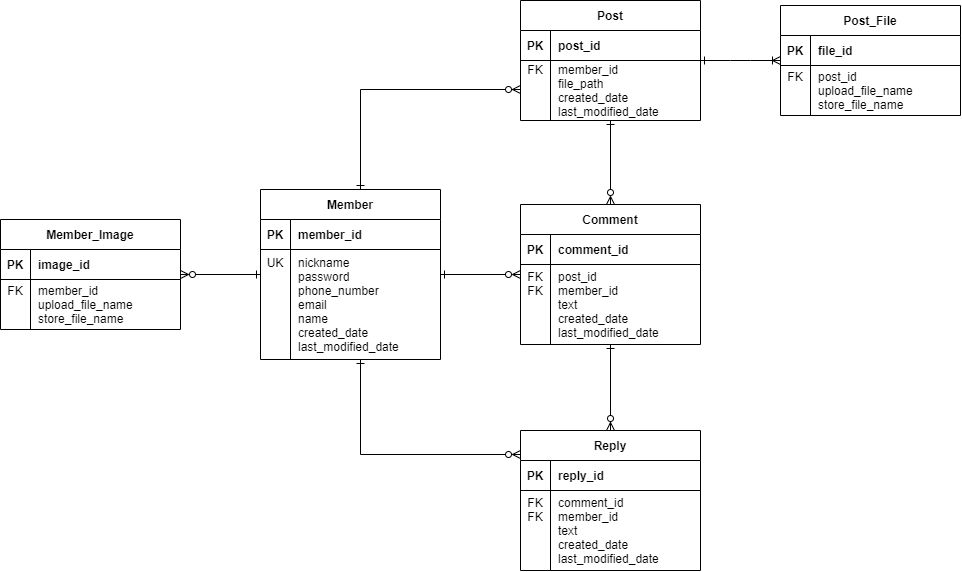
Before: Sprint1 Table.drawio.png, a diagram exported from draw.io (JunYoung-C/Instagram). Source tidied: cells renumbered, new cells last; positions are measured from the earlier drawing's top-left corner, leaving out a move shared by most shapes.
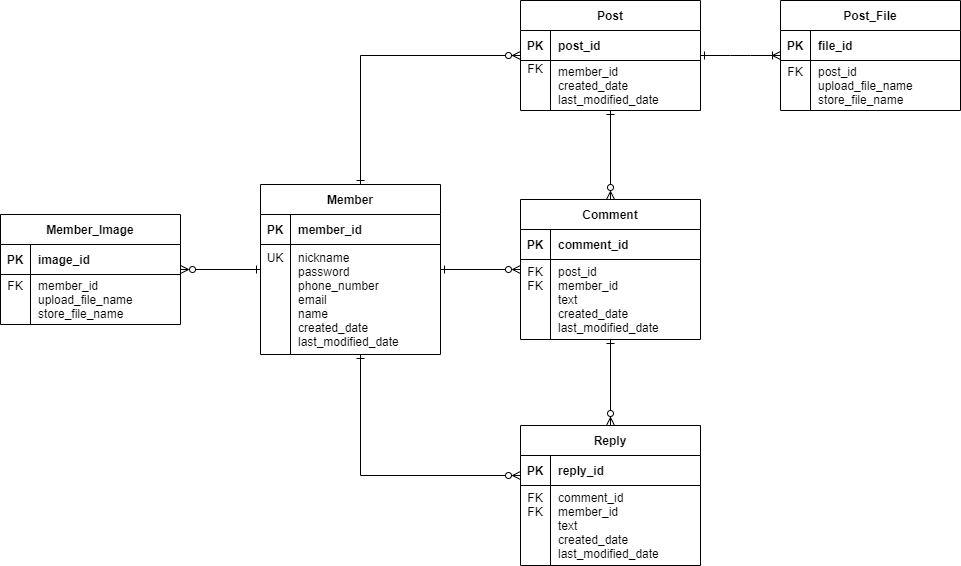
The same file after the commit.

Commit message:
docs: post 테이블에서 file_path 필드 삭제

The edit, as a diff of the source:
```diff
@@ -69,7 +69,7 @@
       <mxGeometry relative="1" as="geometry" />
     </mxCell>
     <mxCell id="24" value="Post" style="shape=table;startSize=30;rowLines=0;fontStyle=1;align=center;" parent="1" vertex="1">
-      <mxGeometry x="520" width="180" height="120" as="geometry" />
+      <mxGeometry x="520" y="5" width="180" height="110" as="geometry" />
     </mxCell>
     <mxCell id="25" style="shape=tableRow;horizontal=0;startSize=0;swimlaneHead=0;swimlaneBody=0;fillColor=none;top=0;left=0;right=0;bottom=1;" parent="24" vertex="1">
       <mxGeometry y="30" width="180" height="30" as="geometry" />
@@ -81,18 +81,18 @@
       <mxGeometry x="30" width="150" height="30" as="geometry" />
     </mxCell>
     <mxCell id="28" style="shape=tableRow;horizontal=0;startSize=0;swimlaneHead=0;swimlaneBody=0;fillColor=none;top=0;left=0;right=0;bottom=0;" parent="24" vertex="1">
-      <mxGeometry y="60" width="180" height="60" as="geometry" />
+      <mxGeometry y="60" width="180" height="50" as="geometry" />
     </mxCell>
     <mxCell id="29" value="FK&#10;&#10;&#10;" style="shape=partialRectangle;fillColor=none;top=0;left=0;bottom=0;right=0;overflow=hidden;" parent="28" vertex="1">
-      <mxGeometry width="30" height="60" as="geometry" />
+      <mxGeometry width="30" height="50" as="geometry" />
     </mxCell>
-    <mxCell id="30" value="member_id&#10;file_path&#10;created_date&#10;last_modified_date" style="shape=partialRectangle;fillColor=none;top=0;left=0;bottom=0;right=0;align=left;spacingLeft=6;overflow=hidden;" parent="28" vertex="1">
-      <mxGeometry x="30" width="150" height="60" as="geometry" />
+    <mxCell id="30" value="member_id&#10;created_date&#10;last_modified_date" style="shape=partialRectangle;fillColor=none;top=0;left=0;bottom=0;right=0;align=left;spacingLeft=6;overflow=hidden;" parent="28" vertex="1">
+      <mxGeometry x="30" width="150" height="50" as="geometry" />
     </mxCell>
     <mxCell id="31" style="fontSize=12;html=1;endArrow=ERzeroToMany;endFill=1;rounded=0;startArrow=ERone;startFill=0;edgeStyle=orthogonalEdgeStyle;" parent="1" edge="1" source="2" target="24">
       <mxGeometry relative="1" as="geometry">
         <Array as="points">
-          <mxPoint x="360" y="89" />
+          <mxPoint x="360" y="60" />
         </Array>
       </mxGeometry>
     </mxCell>
@@ -105,7 +105,7 @@
     <mxCell id="34" style="edgeStyle=orthogonalEdgeStyle;rounded=0;jettySize=auto;html=1;startArrow=ERone;startFill=0;endArrow=ERzeroToMany;endFill=0;" parent="1" edge="1" source="2" target="9">
       <mxGeometry relative="1" as="geometry">
         <Array as="points">
-          <mxPoint x="360" y="454" />
+          <mxPoint x="360" y="480" />
         </Array>
       </mxGeometry>
     </mxCell>
```
